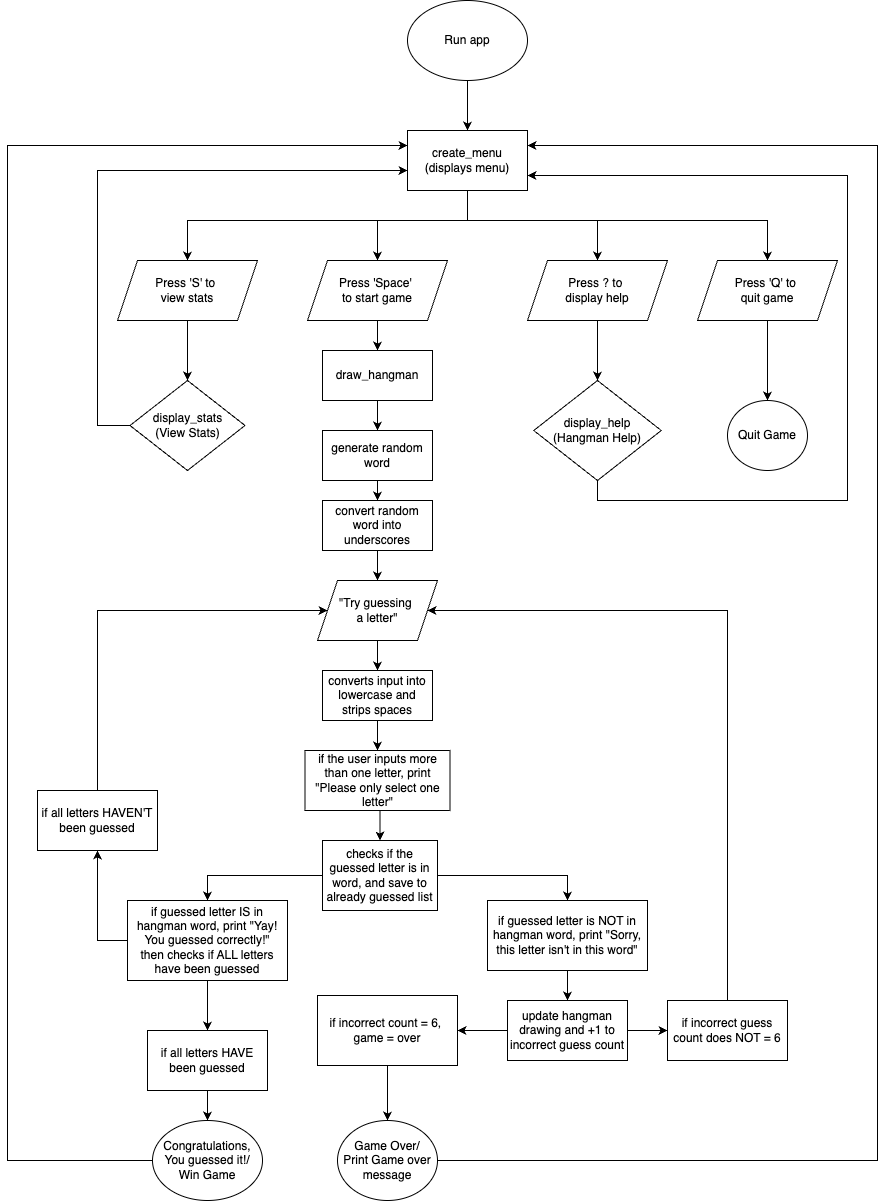
Before: docs/Hangman App.drawio.png, a diagram exported from draw.io (k8-g/T1A3-App). Source tidied: cells renumbered, new cells last; positions are measured from the earlier drawing's top-left corner, leaving out a move shared by most shapes.
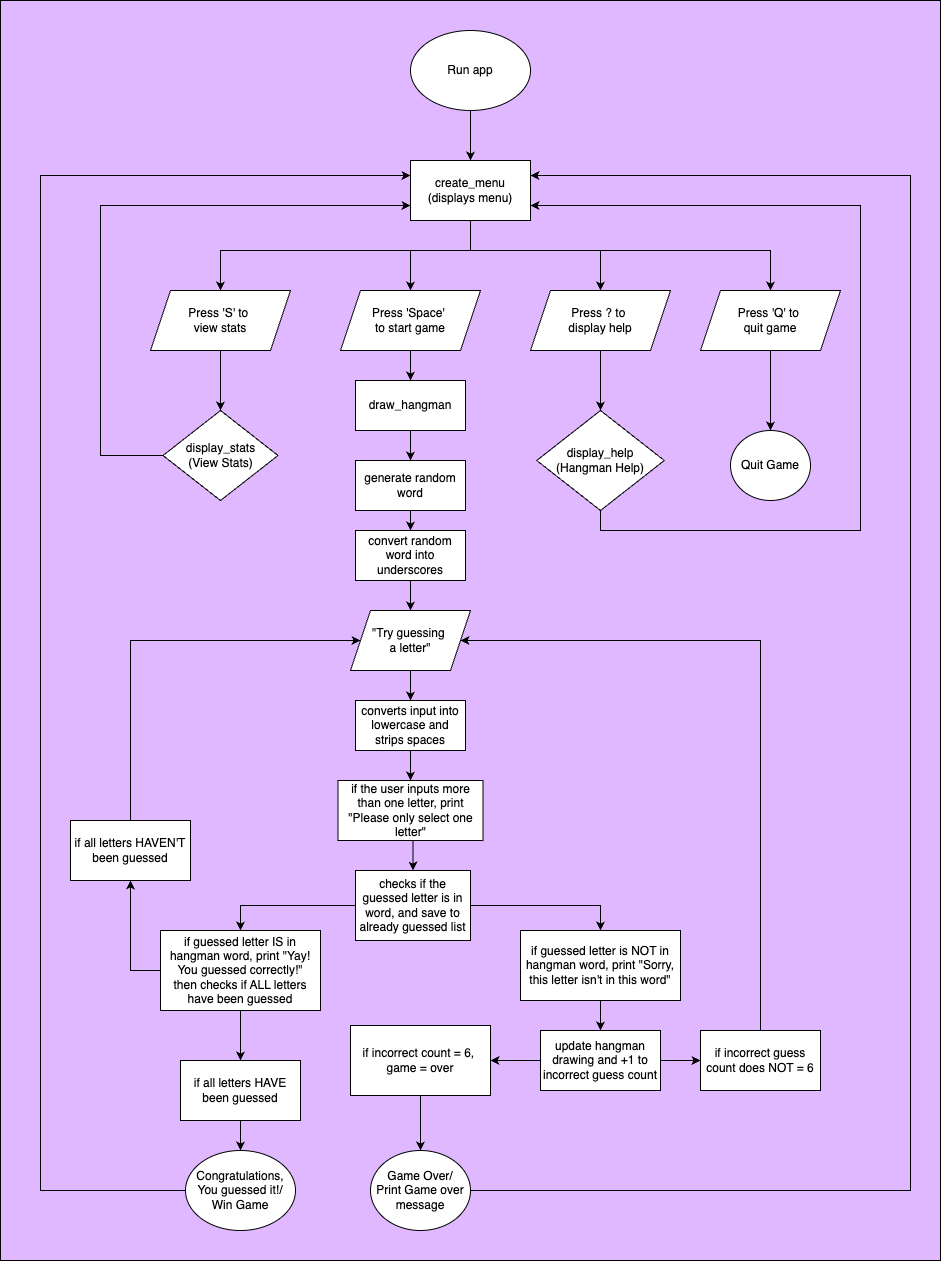
After the change.

Commit message:
Edited flowchart to have background colour

What changed in the source:
```diff
@@ -2,18 +2,24 @@
   <root>
     <mxCell id="0" />
     <mxCell id="1" parent="0" />
+    <mxCell id="57" style="rounded=0;whiteSpace=wrap;html=1;fillColor=#E0B8FF;" parent="1" vertex="1">
+      <mxGeometry x="-40" y="-30" width="940" height="1260" as="geometry" />
+    </mxCell>
-    <mxCell id="2" style="edgeStyle=orthogonalEdgeStyle;rounded=0;jettySize=auto;html=1;" parent="1" edge="1" source="3">
+    <mxCell id="2" style="edgeStyle=orthogonalEdgeStyle;rounded=0;jettySize=auto;html=1;entryX=0.5;entryY=0;entryDx=0;entryDy=0;" parent="1" edge="1" source="3" target="8">
       <mxGeometry relative="1" as="geometry">
-        <mxPoint x="460" y="130" as="targetPoint" />
+        <Array as="points">
+          <mxPoint x="430" y="120" />
+          <mxPoint x="430" y="120" />
+        </Array>
       </mxGeometry>
     </mxCell>
     <mxCell id="3" value="Run app" style="ellipse;whiteSpace=wrap;html=1;" parent="1" vertex="1">
-      <mxGeometry x="400" width="120" height="80" as="geometry" />
+      <mxGeometry x="370" width="120" height="80" as="geometry" />
     </mxCell>
     <mxCell id="4" style="edgeStyle=orthogonalEdgeStyle;rounded=0;jettySize=auto;html=1;" parent="1" edge="1" source="8" target="11">
       <mxGeometry relative="1" as="geometry">
         <Array as="points">
-          <mxPoint x="460" y="220" />
+          <mxPoint x="430" y="220" />
           <mxPoint x="180" y="220" />
         </Array>
       </mxGeometry>
@@ -21,8 +27,8 @@
     <mxCell id="5" style="edgeStyle=orthogonalEdgeStyle;rounded=0;jettySize=auto;html=1;exitX=0.5;exitY=1;exitDx=0;exitDy=0;" parent="1" edge="1" source="8" target="12">
       <mxGeometry relative="1" as="geometry">
         <Array as="points">
-          <mxPoint x="460" y="220" />
-          <mxPoint x="590" y="220" />
+          <mxPoint x="430" y="220" />
+          <mxPoint x="560" y="220" />
         </Array>
       </mxGeometry>
     </mxCell>
@@ -37,24 +43,23 @@
     <mxCell id="7" style="edgeStyle=orthogonalEdgeStyle;rounded=0;jettySize=auto;html=1;exitX=0.5;exitY=1;exitDx=0;exitDy=0;" parent="1" edge="1" source="8" target="18">
       <mxGeometry relative="1" as="geometry">
         <Array as="points">
-          <mxPoint x="460" y="220" />
+          <mxPoint x="430" y="220" />
           <mxPoint x="370" y="220" />
         </Array>
       </mxGeometry>
     </mxCell>
     <mxCell id="8" value="create_menu&lt;div&gt;(displays menu)&lt;/div&gt;" style="rounded=0;whiteSpace=wrap;html=1;" parent="1" vertex="1">
-      <mxGeometry x="400" y="130" width="120" height="60" as="geometry" />
+      <mxGeometry x="370" y="130" width="120" height="60" as="geometry" />
     </mxCell>
     <mxCell id="9" style="edgeStyle=orthogonalEdgeStyle;rounded=0;jettySize=auto;html=1;" parent="1" edge="1" source="11" target="15">
       <mxGeometry relative="1" as="geometry" />
     </mxCell>
     <mxCell id="10" style="edgeStyle=orthogonalEdgeStyle;rounded=0;jettySize=auto;html=1;exitX=0;exitY=0.5;exitDx=0;exitDy=0;" parent="1" edge="1" source="15">
       <mxGeometry relative="1" as="geometry">
-        <mxPoint x="400" y="170" as="targetPoint" />
+        <mxPoint x="370" y="175" as="targetPoint" />
         <Array as="points">
-          <mxPoint x="90" y="425" />
-          <mxPoint x="90" y="170" />
-          <mxPoint x="400" y="170" />
+          <mxPoint x="60" y="425" />
+          <mxPoint x="60" y="175" />
         </Array>
       </mxGeometry>
     </mxCell>
@@ -62,19 +67,19 @@
       <mxGeometry x="110" y="260" width="140" height="60" as="geometry" />
     </mxCell>
     <mxCell id="12" value="Press ? to&amp;nbsp;&lt;div&gt;display help&lt;/div&gt;" style="shape=parallelogram;perimeter=parallelogramPerimeter;whiteSpace=wrap;html=1;fixedSize=1;rounded=0;" parent="1" vertex="1">
-      <mxGeometry x="520" y="260" width="140" height="60" as="geometry" />
+      <mxGeometry x="490" y="260" width="140" height="60" as="geometry" />
     </mxCell>
     <mxCell id="13" style="edgeStyle=orthogonalEdgeStyle;rounded=0;jettySize=auto;html=1;entryX=0.5;entryY=0;entryDx=0;entryDy=0;" parent="1" edge="1" source="14" target="16">
       <mxGeometry relative="1" as="geometry" />
     </mxCell>
     <mxCell id="14" value="Press 'Q' to&amp;nbsp;&lt;div&gt;quit game&lt;/div&gt;" style="shape=parallelogram;perimeter=parallelogramPerimeter;whiteSpace=wrap;html=1;fixedSize=1;rounded=0;" parent="1" vertex="1">
-      <mxGeometry x="690" y="260" width="140" height="60" as="geometry" />
+      <mxGeometry x="660" y="260" width="140" height="60" as="geometry" />
     </mxCell>
     <mxCell id="15" value="&lt;div&gt;display_stats&lt;/div&gt;(View Stats)" style="rhombus;whiteSpace=wrap;html=1;rounded=0;" parent="1" vertex="1">
       <mxGeometry x="122.5" y="380" width="115" height="90" as="geometry" />
     </mxCell>
     <mxCell id="16" value="Quit Game" style="ellipse;whiteSpace=wrap;html=1;" parent="1" vertex="1">
-      <mxGeometry x="720" y="400" width="80" height="70" as="geometry" />
+      <mxGeometry x="690" y="400" width="80" height="70" as="geometry" />
     </mxCell>
     <mxCell id="17" style="edgeStyle=orthogonalEdgeStyle;rounded=0;jettySize=auto;html=1;exitX=0.5;exitY=1;exitDx=0;exitDy=0;entryX=0.5;entryY=0;entryDx=0;entryDy=0;" parent="1" edge="1" source="18">
       <mxGeometry relative="1" as="geometry">
@@ -87,14 +92,14 @@
     <mxCell id="19" style="edgeStyle=orthogonalEdgeStyle;rounded=0;jettySize=auto;html=1;exitX=0.5;exitY=1;exitDx=0;exitDy=0;entryX=1;entryY=0.75;entryDx=0;entryDy=0;" parent="1" edge="1" source="20" target="8">
       <mxGeometry relative="1" as="geometry">
         <Array as="points">
-          <mxPoint x="590" y="500" />
-          <mxPoint x="840" y="500" />
-          <mxPoint x="840" y="175" />
+          <mxPoint x="560" y="500" />
+          <mxPoint x="820" y="500" />
+          <mxPoint x="820" y="175" />
         </Array>
       </mxGeometry>
     </mxCell>
     <mxCell id="20" value="display_help&lt;div&gt;&lt;/div&gt;&lt;div&gt;(Hangman Help)&lt;/div&gt;" style="rhombus;whiteSpace=wrap;html=1;rounded=0;" parent="1" vertex="1">
-      <mxGeometry x="526.2" y="380" width="127.5" height="100" as="geometry" />
+      <mxGeometry x="496.2" y="380" width="127.5" height="100" as="geometry" />
     </mxCell>
     <mxCell id="21" style="edgeStyle=orthogonalEdgeStyle;rounded=0;orthogonalLoop=1;jettySize=auto;html=1;exitX=0.5;exitY=1;exitDx=0;exitDy=0;entryX=0.5;entryY=0;entryDx=0;entryDy=0;" parent="1" edge="1">
       <mxGeometry relative="1" as="geometry">
```
